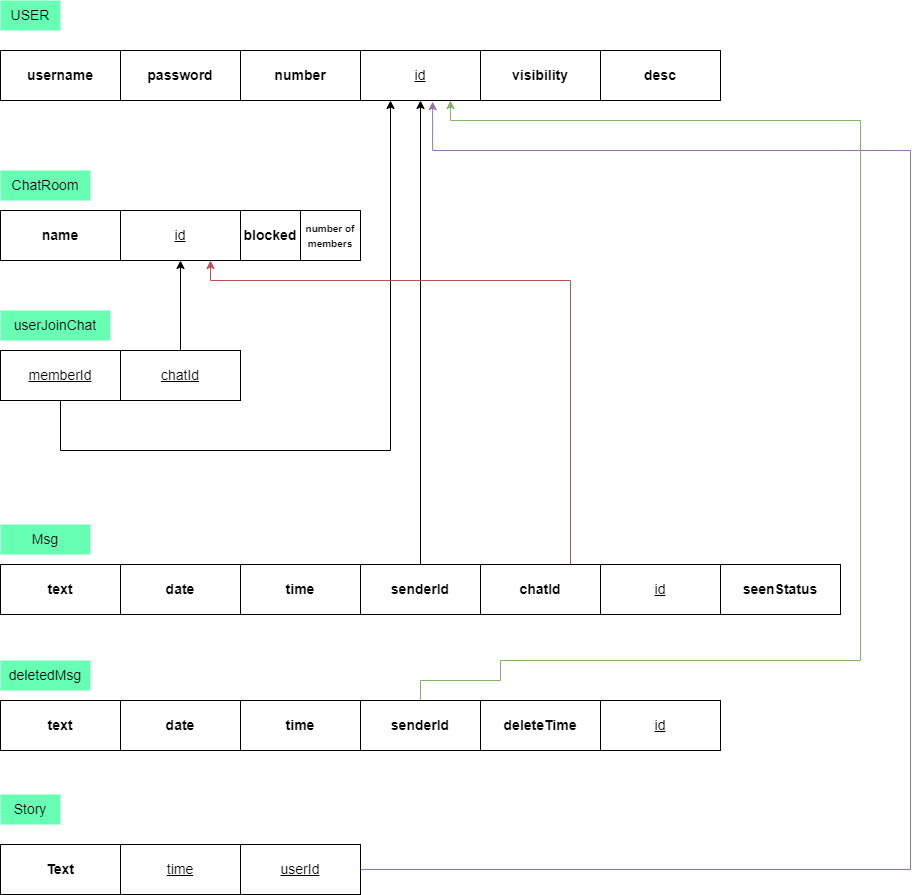
The draw.io diagram mySchema/schema.png in MohamedWalidxX/chatAppProject, before a commit. Source tidied: cells renumbered, new cells last; positions are measured from the earlier drawing's top-left corner, leaving out a move shared by most shapes.
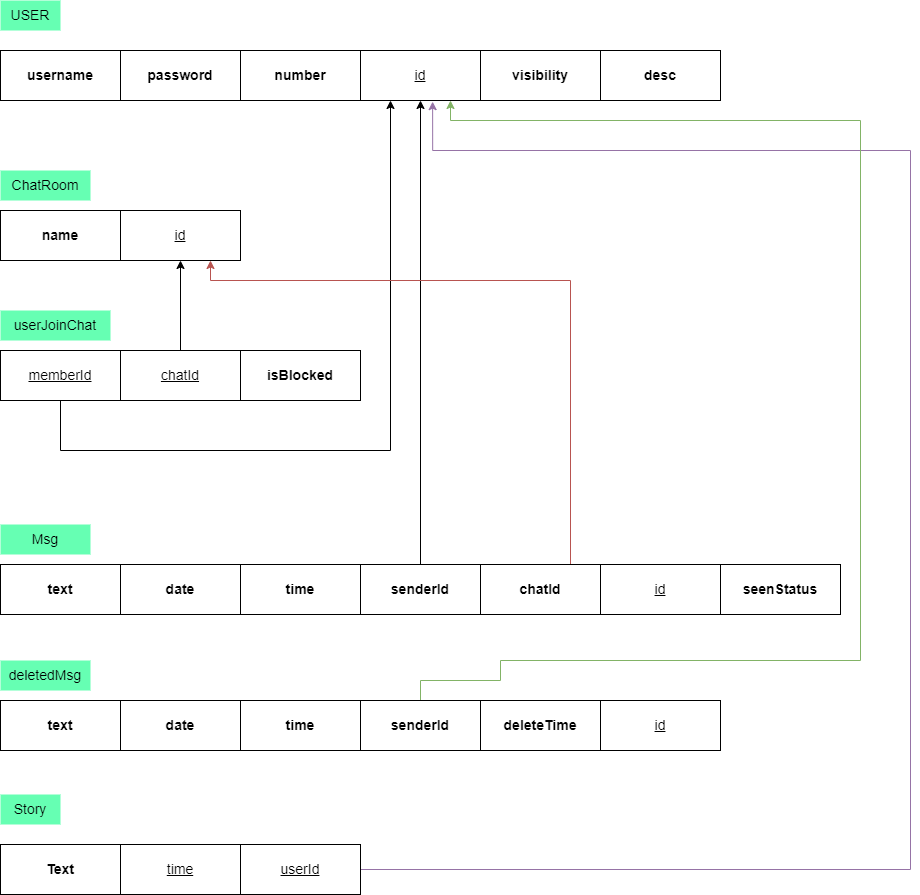
After the commit.

Diff of the diagram source:
```diff
@@ -138,12 +138,9 @@
     <mxCell id="38" value="&lt;span style=&quot;font-size: 14px&quot;&gt;&lt;b&gt;desc&lt;/b&gt;&lt;/span&gt;" style="rounded=0;whiteSpace=wrap;html=1;" parent="1" vertex="1">
       <mxGeometry x="600" y="50" width="120" height="50" as="geometry" />
     </mxCell>
-    <mxCell id="39" value="&lt;font style=&quot;font-size: 14px&quot;&gt;&lt;b&gt;blocked&lt;/b&gt;&lt;/font&gt;" style="rounded=0;whiteSpace=wrap;html=1;" parent="1" vertex="1">
-      <mxGeometry x="240" y="210" width="60" height="50" as="geometry" />
+    <mxCell id="39" value="&lt;font style=&quot;font-size: 14px&quot;&gt;&lt;b&gt;isBlocked&lt;/b&gt;&lt;/font&gt;" style="rounded=0;whiteSpace=wrap;html=1;" parent="1" vertex="1">
+      <mxGeometry x="240" y="350" width="120" height="50" as="geometry" />
     </mxCell>
-    <mxCell id="40" value="&lt;font style=&quot;font-size: 10px&quot;&gt;&lt;b&gt;number of members&lt;/b&gt;&lt;/font&gt;" style="rounded=0;whiteSpace=wrap;html=1;" parent="1" vertex="1">
-      <mxGeometry x="300" y="210" width="60" height="50" as="geometry" />
-    </mxCell>
     <mxCell id="41" value="&lt;span style=&quot;font-size: 14px&quot;&gt;&lt;b&gt;seenStatus&lt;/b&gt;&lt;/span&gt;" style="rounded=0;whiteSpace=wrap;html=1;" parent="1" vertex="1">
       <mxGeometry x="720" y="564" width="120" height="50" as="geometry" />
     </mxCell>
```
